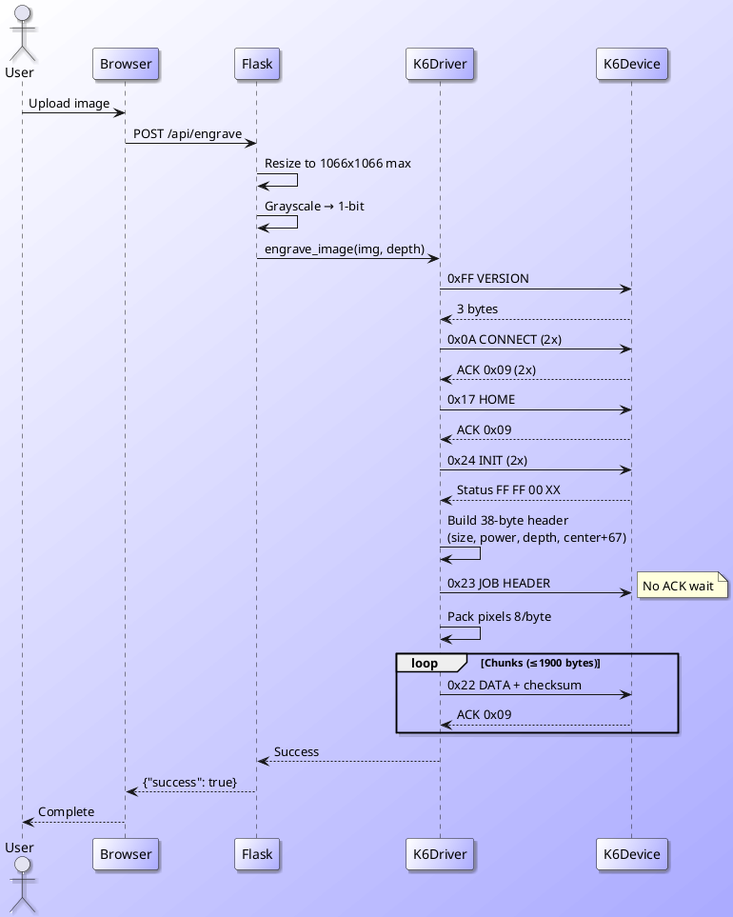
The PlantUML diagram images/sequence-engrave.png in donnels/wainlux-pi, before a commit. Its diagram source:
```plantuml
@startuml
skinparam backgroundColor #fff/aaf
skinparam participantbackgroundColor #fff/aaf
skinparam Shadowing 1

actor User
participant Browser
participant Flask
participant K6Driver
participant K6Device

User -> Browser: Upload image
Browser -> Flask: POST /api/engrave
Flask -> Flask: Resize to 1066x1066 max
Flask -> Flask: Grayscale → 1-bit
Flask -> K6Driver: engrave_image(img, depth)

K6Driver -> K6Device: 0xFF VERSION
K6Device --> K6Driver: 3 bytes

K6Driver -> K6Device: 0x0A CONNECT (2x)
K6Device --> K6Driver: ACK 0x09 (2x)

K6Driver -> K6Device: 0x17 HOME
K6Device --> K6Driver: ACK 0x09

K6Driver -> K6Device: 0x24 INIT (2x)
K6Device --> K6Driver: Status FF FF 00 XX

K6Driver -> K6Driver: Build 38-byte header\n(size, power, depth, center+67)
K6Driver -> K6Device: 0x23 JOB HEADER
note right: No ACK wait

K6Driver -> K6Driver: Pack pixels 8/byte
loop Chunks (≤1900 bytes)
  K6Driver -> K6Device: 0x22 DATA + checksum
  K6Device --> K6Driver: ACK 0x09
end

K6Driver --> Flask: Success
Flask --> Browser: {"success": true}
Browser --> User: Complete

@enduml
```
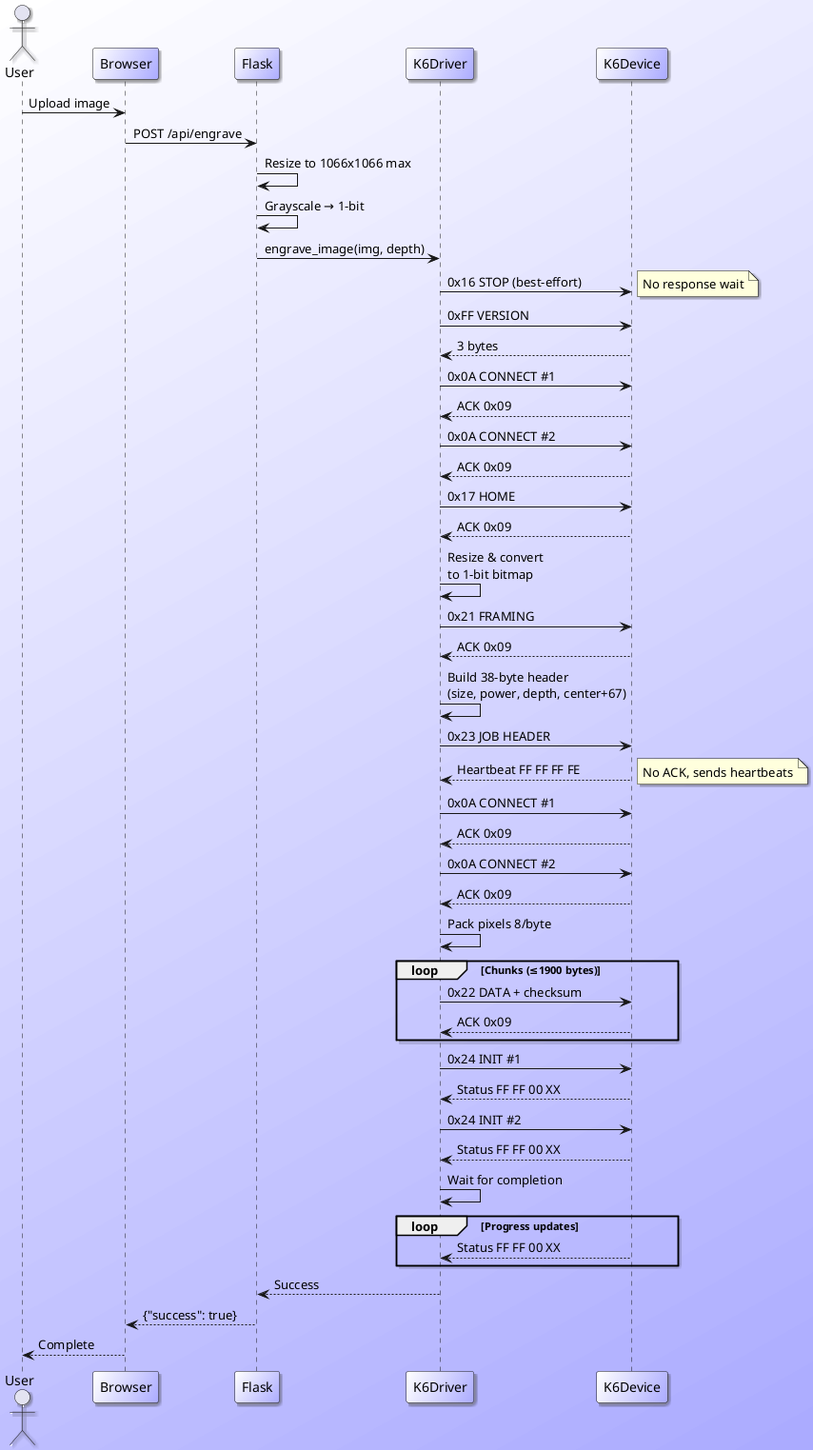
The same file after the commit.

Diff of the diagram source:
```diff
@@ -15,21 +15,35 @@
 Flask -> Flask: Grayscale → 1-bit
 Flask -> K6Driver: engrave_image(img, depth)
 
+K6Driver -> K6Device: 0x16 STOP (best-effort)
+note right: No response wait
+
 K6Driver -> K6Device: 0xFF VERSION
 K6Device --> K6Driver: 3 bytes
 
-K6Driver -> K6Device: 0x0A CONNECT (2x)
-K6Device --> K6Driver: ACK 0x09 (2x)
+K6Driver -> K6Device: 0x0A CONNECT #1
+K6Device --> K6Driver: ACK 0x09
+
+K6Driver -> K6Device: 0x0A CONNECT #2
+K6Device --> K6Driver: ACK 0x09
 
 K6Driver -> K6Device: 0x17 HOME
 K6Device --> K6Driver: ACK 0x09
 
-K6Driver -> K6Device: 0x24 INIT (2x)
-K6Device --> K6Driver: Status FF FF 00 XX
+K6Driver -> K6Driver: Resize & convert\nto 1-bit bitmap
+K6Driver -> K6Device: 0x21 FRAMING
+K6Device --> K6Driver: ACK 0x09
 
 K6Driver -> K6Driver: Build 38-byte header\n(size, power, depth, center+67)
 K6Driver -> K6Device: 0x23 JOB HEADER
-note right: No ACK wait
+K6Device --> K6Driver: Heartbeat FF FF FF FE
+note right: No ACK, sends heartbeats
+
+K6Driver -> K6Device: 0x0A CONNECT #1
+K6Device --> K6Driver: ACK 0x09
+
+K6Driver -> K6Device: 0x0A CONNECT #2
+K6Device --> K6Driver: ACK 0x09
 
 K6Driver -> K6Driver: Pack pixels 8/byte
 loop Chunks (≤1900 bytes)
@@ -37,6 +51,17 @@
   K6Device --> K6Driver: ACK 0x09
 end
 
+K6Driver -> K6Device: 0x24 INIT #1
+K6Device --> K6Driver: Status FF FF 00 XX
+
+K6Driver -> K6Device: 0x24 INIT #2
+K6Device --> K6Driver: Status FF FF 00 XX
+
+K6Driver -> K6Driver: Wait for completion
+loop Progress updates
+  K6Device --> K6Driver: Status FF FF 00 XX
+end
+
 K6Driver --> Flask: Success
 Flask --> Browser: {"success": true}
 Browser --> User: Complete
```
